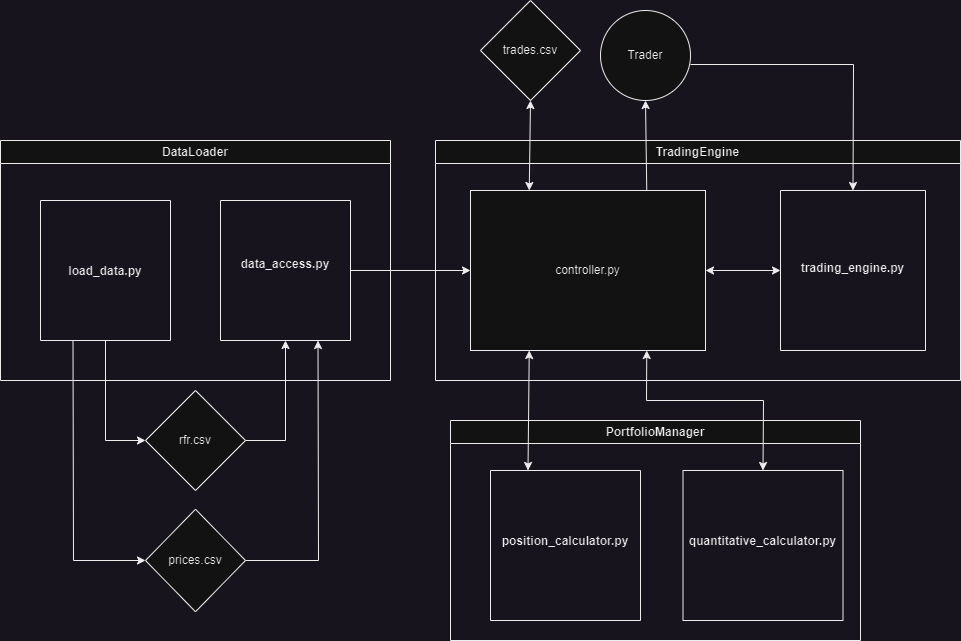
Earlier version of the draw.io export imgs/Backtester-Architecture.drawio.png (Erik-Kelemen/Stock-Portfolio-Analyzer). Source tidied: cells renumbered, new cells last; positions are measured from the earlier drawing's top-left corner, leaving out a move shared by most shapes. Its diagram source:
```xml
<mxGraphModel>
  <root>
    <mxCell id="0" />
    <mxCell id="1" parent="0" />
    <mxCell id="2" value="TradingEngine" style="swimlane;whiteSpace=wrap;html=1;" parent="1" vertex="1">
      <mxGeometry x="435" y="140" width="525" height="240" as="geometry" />
    </mxCell>
    <mxCell id="3" value="controller.py" style="rounded=0;whiteSpace=wrap;html=1;" parent="2" vertex="1">
      <mxGeometry x="35" y="50" width="235" height="160" as="geometry" />
    </mxCell>
    <mxCell id="4" value="&#10;&#10;&#10;&#10;&#10;&#10;&#10;&#10;&#10;&#10;&#10;trading_engine.py" style="swimlane;startSize=0;" parent="2" vertex="1">
      <mxGeometry x="345" y="50" width="145" height="160" as="geometry" />
    </mxCell>
    <mxCell id="5" style="endArrow=classic;startArrow=classic;html=1;rounded=0;exitX=1;exitY=0.5;exitDx=0;exitDy=0;entryX=0;entryY=0.5;entryDx=0;entryDy=0;" parent="2" edge="1" source="3" target="4">
      <mxGeometry relative="1" as="geometry" />
    </mxCell>
    <mxCell id="6" value="DataLoader" style="swimlane;whiteSpace=wrap;html=1;" parent="1" vertex="1">
      <mxGeometry y="140" width="390" height="240" as="geometry" />
    </mxCell>
    <mxCell id="7" value="&#10;&#10;&#10;&#10;&#10;&#10;&#10;&#10;&#10;&#10;load_data.py" style="swimlane;startSize=0;" parent="6" vertex="1">
      <mxGeometry x="40" y="60" width="130" height="140" as="geometry" />
    </mxCell>
    <mxCell id="8" value="&#10;&#10;&#10;&#10;&#10;&#10;&#10;&#10;&#10;data_access.py" style="swimlane;startSize=0;" parent="6" vertex="1">
      <mxGeometry x="220" y="60" width="130" height="140" as="geometry" />
    </mxCell>
    <mxCell id="9" style="endArrow=classic;html=1;rounded=0;exitX=0.25;exitY=1;exitDx=0;exitDy=0;entryX=0;entryY=0.5;entryDx=0;entryDy=0;" parent="1" edge="1" source="7" target="18">
      <mxGeometry relative="1" as="geometry">
        <Array as="points">
          <mxPoint x="73" y="560" />
        </Array>
      </mxGeometry>
    </mxCell>
    <mxCell id="10" style="endArrow=classic;startArrow=classic;html=1;rounded=0;exitX=0.25;exitY=0;exitDx=0;exitDy=0;entryX=0.5;entryY=1;entryDx=0;entryDy=0;entryPerimeter=0;" parent="1" edge="1" source="3" target="24">
      <mxGeometry relative="1" as="geometry" />
    </mxCell>
    <mxCell id="11" value="PortfolioManager" style="swimlane;whiteSpace=wrap;html=1;" parent="1" vertex="1">
      <mxGeometry x="450" y="420" width="410" height="220" as="geometry" />
    </mxCell>
    <mxCell id="12" value="&#10;&#10;&#10;&#10;&#10;&#10;&#10;&#10;&#10;&#10;quantitative_calculator.py" style="swimlane;startSize=0;" parent="11" vertex="1">
      <mxGeometry x="232.5" y="50" width="160" height="150" as="geometry" />
    </mxCell>
    <mxCell id="13" value="&#10;&#10;&#10;&#10;&#10;&#10;&#10;&#10;&#10;&#10;position_calculator.py" style="swimlane;startSize=0;" parent="11" vertex="1">
      <mxGeometry x="40" y="50" width="150" height="150" as="geometry" />
    </mxCell>
    <mxCell id="14" style="endArrow=classic;startArrow=classic;html=1;rounded=0;exitX=0.25;exitY=0;exitDx=0;exitDy=0;entryX=0.25;entryY=1;entryDx=0;entryDy=0;" parent="1" edge="1" source="13" target="3">
      <mxGeometry relative="1" as="geometry" />
    </mxCell>
    <mxCell id="15" value="Trader" style="ellipse;whiteSpace=wrap;html=1;" parent="1" vertex="1">
      <mxGeometry x="600" y="10" width="90" height="90" as="geometry" />
    </mxCell>
    <mxCell id="16" style="endArrow=classic;html=1;rounded=0;entryX=0.5;entryY=1;entryDx=0;entryDy=0;exitX=0.75;exitY=0;exitDx=0;exitDy=0;" parent="1" edge="1" source="3" target="15">
      <mxGeometry relative="1" as="geometry" />
    </mxCell>
    <mxCell id="17" style="endArrow=classic;html=1;rounded=0;exitX=1;exitY=0.6;exitDx=0;exitDy=0;exitPerimeter=0;entryX=0.5;entryY=0;entryDx=0;entryDy=0;" parent="1" edge="1" source="15" target="4">
      <mxGeometry relative="1" as="geometry">
        <Array as="points">
          <mxPoint x="853" y="64" />
        </Array>
      </mxGeometry>
    </mxCell>
    <mxCell id="18" value="prices.csv" style="rhombus;whiteSpace=wrap;html=1;" parent="1" vertex="1">
      <mxGeometry x="145" y="508.8" width="100" height="102.5" as="geometry" />
    </mxCell>
    <mxCell id="19" style="endArrow=classic;html=1;rounded=0;exitX=0.5;exitY=1;exitDx=0;exitDy=0;entryX=0;entryY=0.5;entryDx=0;entryDy=0;" parent="1" edge="1" source="7" target="20">
      <mxGeometry relative="1" as="geometry">
        <Array as="points">
          <mxPoint x="105" y="440" />
        </Array>
      </mxGeometry>
    </mxCell>
    <mxCell id="20" value="rfr.csv" style="rhombus;whiteSpace=wrap;html=1;" parent="1" vertex="1">
      <mxGeometry x="145" y="390" width="100" height="100" as="geometry" />
    </mxCell>
    <mxCell id="21" style="endArrow=classic;html=1;rounded=0;exitX=1;exitY=0.5;exitDx=0;exitDy=0;entryX=0.5;entryY=1;entryDx=0;entryDy=0;" parent="1" edge="1" source="20" target="8">
      <mxGeometry relative="1" as="geometry">
        <Array as="points">
          <mxPoint x="285" y="440" />
        </Array>
      </mxGeometry>
    </mxCell>
    <mxCell id="22" style="endArrow=classic;html=1;rounded=0;exitX=1;exitY=0.5;exitDx=0;exitDy=0;entryX=0.75;entryY=1;entryDx=0;entryDy=0;" parent="1" edge="1" source="18" target="8">
      <mxGeometry relative="1" as="geometry">
        <Array as="points">
          <mxPoint x="318" y="560" />
        </Array>
      </mxGeometry>
    </mxCell>
    <mxCell id="23" style="endArrow=classic;html=1;rounded=0;exitX=1;exitY=0.5;exitDx=0;exitDy=0;entryX=0;entryY=0.5;entryDx=0;entryDy=0;" parent="1" edge="1" source="8" target="3">
      <mxGeometry relative="1" as="geometry" />
    </mxCell>
    <mxCell id="24" value="trades.csv" style="rhombus;whiteSpace=wrap;html=1;" parent="1" vertex="1">
      <mxGeometry x="480" width="100" height="100" as="geometry" />
    </mxCell>
    <mxCell id="25" style="endArrow=classic;startArrow=classic;html=1;rounded=0;exitX=0.75;exitY=1;exitDx=0;exitDy=0;entryX=0.5;entryY=0;entryDx=0;entryDy=0;" parent="1" edge="1" source="3" target="12">
      <mxGeometry relative="1" as="geometry">
        <Array as="points">
          <mxPoint x="646" y="400" />
          <mxPoint x="763" y="400" />
        </Array>
      </mxGeometry>
    </mxCell>
  </root>
</mxGraphModel>
```
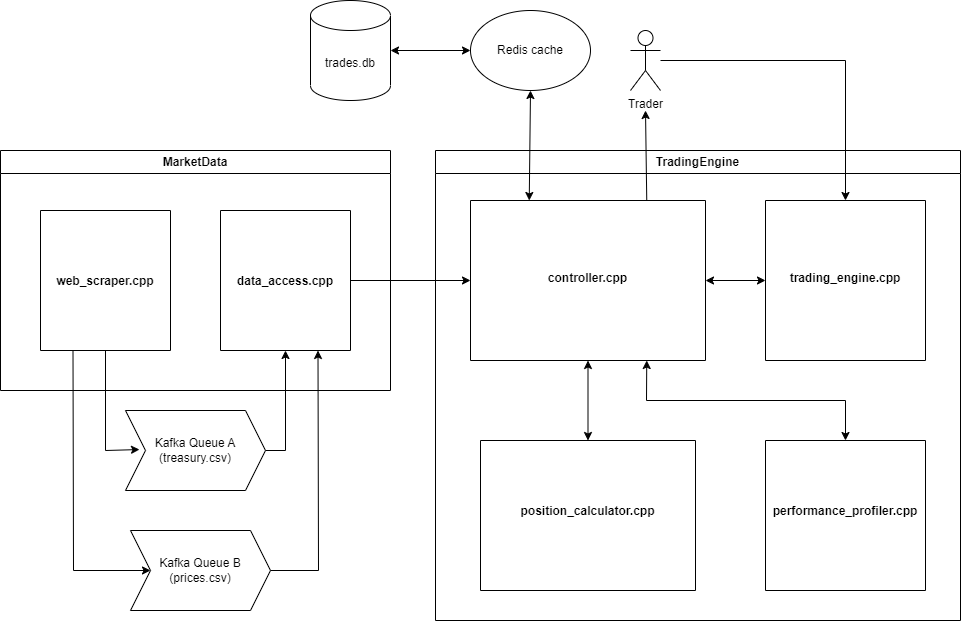
Later version of the same file.

Change to the diagram source:
```diff
@@ -3,101 +3,106 @@
     <mxCell id="0" />
     <mxCell id="1" parent="0" />
     <mxCell id="2" value="TradingEngine" style="swimlane;whiteSpace=wrap;html=1;" parent="1" vertex="1">
-      <mxGeometry x="435" y="140" width="525" height="240" as="geometry" />
+      <mxGeometry x="435" y="140" width="525" height="470" as="geometry" />
     </mxCell>
-    <mxCell id="3" value="controller.py" style="rounded=0;whiteSpace=wrap;html=1;" parent="2" vertex="1">
-      <mxGeometry x="35" y="50" width="235" height="160" as="geometry" />
-    </mxCell>
-    <mxCell id="4" value="&#10;&#10;&#10;&#10;&#10;&#10;&#10;&#10;&#10;&#10;&#10;trading_engine.py" style="swimlane;startSize=0;" parent="2" vertex="1">
-      <mxGeometry x="345" y="50" width="145" height="160" as="geometry" />
+    <mxCell id="4" value="&#10;&#10;&#10;&#10;&#10;&#10;&#10;&#10;&#10;&#10;&#10;trading_engine.cpp" style="swimlane;startSize=0;" parent="2" vertex="1">
+      <mxGeometry x="330" y="50" width="160" height="160" as="geometry" />
     </mxCell>
-    <mxCell id="5" style="endArrow=classic;startArrow=classic;html=1;rounded=0;exitX=1;exitY=0.5;exitDx=0;exitDy=0;entryX=0;entryY=0.5;entryDx=0;entryDy=0;" parent="2" edge="1" source="3" target="4">
+    <mxCell id="5" style="endArrow=classic;startArrow=classic;html=1;rounded=0;exitX=1;exitY=0.5;exitDx=0;exitDy=0;entryX=0;entryY=0.5;entryDx=0;entryDy=0;" parent="2" edge="1" source="26" target="4">
       <mxGeometry relative="1" as="geometry" />
     </mxCell>
+    <mxCell id="26" value="&#10;&#10;&#10;&#10;&#10;&#10;&#10;&#10;&#10;&#10;&#10;controller.cpp" style="swimlane;startSize=0;" parent="2" vertex="1">
+      <mxGeometry x="35" y="50" width="235" height="160" as="geometry" />
+    </mxCell>
+    <mxCell id="12" value="&#10;&#10;&#10;&#10;&#10;&#10;&#10;&#10;&#10;&#10;performance_profiler.cpp" style="swimlane;startSize=0;" parent="2" vertex="1">
+      <mxGeometry x="330" y="290" width="160" height="150" as="geometry" />
+    </mxCell>
+    <mxCell id="25" style="endArrow=classic;startArrow=classic;html=1;rounded=0;entryX=0.5;entryY=0;entryDx=0;entryDy=0;exitX=0.75;exitY=1;exitDx=0;exitDy=0;" parent="2" edge="1" source="26" target="12">
+      <mxGeometry relative="1" as="geometry">
+        <Array as="points">
+          <mxPoint x="211" y="250" />
+          <mxPoint x="410" y="250" />
+        </Array>
+      </mxGeometry>
+    </mxCell>
+    <mxCell id="27" value="&#10;&#10;&#10;&#10;&#10;&#10;&#10;&#10;&#10;&#10;position_calculator.cpp" style="swimlane;startSize=0;" parent="2" vertex="1">
+      <mxGeometry x="45" y="290" width="215" height="150" as="geometry" />
+    </mxCell>
+    <mxCell id="14" style="endArrow=classic;startArrow=classic;html=1;rounded=0;entryX=0.5;entryY=1;entryDx=0;entryDy=0;exitX=0.5;exitY=0;exitDx=0;exitDy=0;" parent="2" edge="1" source="27" target="26">
+      <mxGeometry relative="1" as="geometry" />
+    </mxCell>
-    <mxCell id="6" value="DataLoader" style="swimlane;whiteSpace=wrap;html=1;" parent="1" vertex="1">
+    <mxCell id="6" value="MarketData" style="swimlane;whiteSpace=wrap;html=1;" parent="1" vertex="1">
       <mxGeometry y="140" width="390" height="240" as="geometry" />
     </mxCell>
-    <mxCell id="7" value="&#10;&#10;&#10;&#10;&#10;&#10;&#10;&#10;&#10;&#10;load_data.py" style="swimlane;startSize=0;" parent="6" vertex="1">
+    <mxCell id="7" value="&#10;&#10;&#10;&#10;&#10;&#10;&#10;&#10;&#10;&#10;web_scraper.cpp" style="swimlane;startSize=0;" parent="6" vertex="1">
       <mxGeometry x="40" y="60" width="130" height="140" as="geometry" />
     </mxCell>
-    <mxCell id="8" value="&#10;&#10;&#10;&#10;&#10;&#10;&#10;&#10;&#10;data_access.py" style="swimlane;startSize=0;" parent="6" vertex="1">
+    <mxCell id="8" value="&#10;&#10;&#10;&#10;&#10;&#10;&#10;&#10;&#10;&#10;data_access.cpp" style="swimlane;startSize=0;" parent="6" vertex="1">
       <mxGeometry x="220" y="60" width="130" height="140" as="geometry" />
     </mxCell>
-    <mxCell id="9" style="endArrow=classic;html=1;rounded=0;exitX=0.25;exitY=1;exitDx=0;exitDy=0;entryX=0;entryY=0.5;entryDx=0;entryDy=0;" parent="1" edge="1" source="7" target="18">
+    <mxCell id="9" style="endArrow=classic;html=1;rounded=0;exitX=0.25;exitY=1;exitDx=0;exitDy=0;entryX=0;entryY=0.5;entryDx=0;entryDy=0;" parent="1" edge="1" source="7" target="28">
       <mxGeometry relative="1" as="geometry">
         <Array as="points">
           <mxPoint x="73" y="560" />
         </Array>
       </mxGeometry>
     </mxCell>
-    <mxCell id="10" style="endArrow=classic;startArrow=classic;html=1;rounded=0;exitX=0.25;exitY=0;exitDx=0;exitDy=0;entryX=0.5;entryY=1;entryDx=0;entryDy=0;entryPerimeter=0;" parent="1" edge="1" source="3" target="24">
+    <mxCell id="10" style="endArrow=classic;startArrow=classic;html=1;rounded=0;exitX=0.25;exitY=0;exitDx=0;exitDy=0;entryX=0.5;entryY=1;entryDx=0;entryDy=0;entryPerimeter=0;" parent="1" edge="1" source="26" target="30">
       <mxGeometry relative="1" as="geometry" />
     </mxCell>
-    <mxCell id="11" value="PortfolioManager" style="swimlane;whiteSpace=wrap;html=1;" parent="1" vertex="1">
-      <mxGeometry x="450" y="420" width="410" height="220" as="geometry" />
-    </mxCell>
-    <mxCell id="12" value="&#10;&#10;&#10;&#10;&#10;&#10;&#10;&#10;&#10;&#10;quantitative_calculator.py" style="swimlane;startSize=0;" parent="11" vertex="1">
-      <mxGeometry x="232.5" y="50" width="160" height="150" as="geometry" />
-    </mxCell>
-    <mxCell id="13" value="&#10;&#10;&#10;&#10;&#10;&#10;&#10;&#10;&#10;&#10;position_calculator.py" style="swimlane;startSize=0;" parent="11" vertex="1">
-      <mxGeometry x="40" y="50" width="150" height="150" as="geometry" />
-    </mxCell>
-    <mxCell id="14" style="endArrow=classic;startArrow=classic;html=1;rounded=0;exitX=0.25;exitY=0;exitDx=0;exitDy=0;entryX=0.25;entryY=1;entryDx=0;entryDy=0;" parent="1" edge="1" source="13" target="3">
-      <mxGeometry relative="1" as="geometry" />
-    </mxCell>
-    <mxCell id="15" value="Trader" style="ellipse;whiteSpace=wrap;html=1;" parent="1" vertex="1">
-      <mxGeometry x="600" y="10" width="90" height="90" as="geometry" />
-    </mxCell>
-    <mxCell id="16" style="endArrow=classic;html=1;rounded=0;entryX=0.5;entryY=1;entryDx=0;entryDy=0;exitX=0.75;exitY=0;exitDx=0;exitDy=0;" parent="1" edge="1" source="3" target="15">
-      <mxGeometry relative="1" as="geometry" />
+    <mxCell id="16" style="endArrow=classic;html=1;rounded=0;entryX=0.5;entryY=1;entryDx=0;entryDy=0;exitX=0.75;exitY=0;exitDx=0;exitDy=0;" parent="1" edge="1" source="26">
+      <mxGeometry relative="1" as="geometry">
+        <mxPoint x="645" y="100" as="targetPoint" />
+      </mxGeometry>
     </mxCell>
-    <mxCell id="17" style="endArrow=classic;html=1;rounded=0;exitX=1;exitY=0.6;exitDx=0;exitDy=0;exitPerimeter=0;entryX=0.5;entryY=0;entryDx=0;entryDy=0;" parent="1" edge="1" source="15" target="4">
+    <mxCell id="17" style="endArrow=classic;html=1;rounded=0;entryX=0.5;entryY=0;entryDx=0;entryDy=0;" parent="1" edge="1" source="15" target="4">
       <mxGeometry relative="1" as="geometry">
         <Array as="points">
-          <mxPoint x="853" y="64" />
+          <mxPoint x="845" y="50" />
         </Array>
       </mxGeometry>
     </mxCell>
-    <mxCell id="18" value="prices.csv" style="rhombus;whiteSpace=wrap;html=1;" parent="1" vertex="1">
-      <mxGeometry x="145" y="508.8" width="100" height="102.5" as="geometry" />
-    </mxCell>
-    <mxCell id="19" style="endArrow=classic;html=1;rounded=0;exitX=0.5;exitY=1;exitDx=0;exitDy=0;entryX=0;entryY=0.5;entryDx=0;entryDy=0;" parent="1" edge="1" source="7" target="20">
+    <mxCell id="19" style="endArrow=classic;html=1;rounded=0;exitX=0.5;exitY=1;exitDx=0;exitDy=0;entryX=0.1;entryY=0.488;entryDx=0;entryDy=0;entryPerimeter=0;" parent="1" edge="1" source="7" target="29">
       <mxGeometry relative="1" as="geometry">
         <Array as="points">
           <mxPoint x="105" y="440" />
         </Array>
       </mxGeometry>
     </mxCell>
-    <mxCell id="20" value="rfr.csv" style="rhombus;whiteSpace=wrap;html=1;" parent="1" vertex="1">
-      <mxGeometry x="145" y="390" width="100" height="100" as="geometry" />
-    </mxCell>
-    <mxCell id="21" style="endArrow=classic;html=1;rounded=0;exitX=1;exitY=0.5;exitDx=0;exitDy=0;entryX=0.5;entryY=1;entryDx=0;entryDy=0;" parent="1" edge="1" source="20" target="8">
+    <mxCell id="21" style="endArrow=classic;html=1;rounded=0;entryX=0.5;entryY=1;entryDx=0;entryDy=0;exitX=1;exitY=0.5;exitDx=0;exitDy=0;" parent="1" edge="1" source="29" target="8">
       <mxGeometry relative="1" as="geometry">
         <Array as="points">
           <mxPoint x="285" y="440" />
         </Array>
       </mxGeometry>
     </mxCell>
-    <mxCell id="22" style="endArrow=classic;html=1;rounded=0;exitX=1;exitY=0.5;exitDx=0;exitDy=0;entryX=0.75;entryY=1;entryDx=0;entryDy=0;" parent="1" edge="1" source="18" target="8">
+    <mxCell id="22" style="endArrow=classic;html=1;rounded=0;exitX=1;exitY=0.5;exitDx=0;exitDy=0;entryX=0.75;entryY=1;entryDx=0;entryDy=0;" parent="1" edge="1" source="28" target="8">
       <mxGeometry relative="1" as="geometry">
         <Array as="points">
           <mxPoint x="318" y="560" />
         </Array>
       </mxGeometry>
     </mxCell>
-    <mxCell id="23" style="endArrow=classic;html=1;rounded=0;exitX=1;exitY=0.5;exitDx=0;exitDy=0;entryX=0;entryY=0.5;entryDx=0;entryDy=0;" parent="1" edge="1" source="8" target="3">
+    <mxCell id="23" style="endArrow=classic;html=1;rounded=0;exitX=1;exitY=0.5;exitDx=0;exitDy=0;entryX=0;entryY=0.5;entryDx=0;entryDy=0;" parent="1" edge="1" source="8" target="26">
       <mxGeometry relative="1" as="geometry" />
     </mxCell>
-    <mxCell id="24" value="trades.csv" style="rhombus;whiteSpace=wrap;html=1;" parent="1" vertex="1">
-      <mxGeometry x="480" width="100" height="100" as="geometry" />
-    </mxCell>
-    <mxCell id="25" style="endArrow=classic;startArrow=classic;html=1;rounded=0;exitX=0.75;exitY=1;exitDx=0;exitDy=0;entryX=0.5;entryY=0;entryDx=0;entryDy=0;" parent="1" edge="1" source="3" target="12">
-      <mxGeometry relative="1" as="geometry">
-        <Array as="points">
-          <mxPoint x="646" y="400" />
-          <mxPoint x="763" y="400" />
-        </Array>
-      </mxGeometry>
-    </mxCell>
+    <mxCell id="28" value="Kafka Queue B&lt;br&gt;(prices.csv)" style="shape=step;perimeter=stepPerimeter;whiteSpace=wrap;html=1;fixedSize=1;" parent="1" vertex="1">
+      <mxGeometry x="130" y="520" width="140" height="80" as="geometry" />
+    </mxCell>
+    <mxCell id="29" value="Kafka Queue A&lt;br&gt;(treasury.csv)" style="shape=step;perimeter=stepPerimeter;whiteSpace=wrap;html=1;fixedSize=1;" parent="1" vertex="1">
+      <mxGeometry x="125" y="400" width="140" height="80" as="geometry" />
+    </mxCell>
+    <mxCell id="30" value="Redis cache" style="ellipse;whiteSpace=wrap;html=1;" parent="1" vertex="1">
+      <mxGeometry x="470" width="120" height="80" as="geometry" />
+    </mxCell>
+    <mxCell id="15" value="Trader" style="shape=umlActor;verticalLabelPosition=bottom;verticalAlign=top;html=1;outlineConnect=0;" parent="1" vertex="1">
+      <mxGeometry x="630" y="20" width="30" height="60" as="geometry" />
+    </mxCell>
+    <mxCell id="31" value="trades.db" style="shape=cylinder3;whiteSpace=wrap;html=1;boundedLbl=1;backgroundOutline=1;size=15;" parent="1" vertex="1">
+      <mxGeometry x="310" y="-10" width="80" height="100" as="geometry" />
+    </mxCell>
+    <mxCell id="32" style="endArrow=classic;startArrow=classic;html=1;rounded=0;entryX=0;entryY=0.5;entryDx=0;entryDy=0;exitX=1;exitY=0.5;exitDx=0;exitDy=0;exitPerimeter=0;" parent="1" edge="1" source="31" target="30">
+      <mxGeometry relative="1" as="geometry" />
+    </mxCell>
   </root>
 </mxGraphModel>
```
